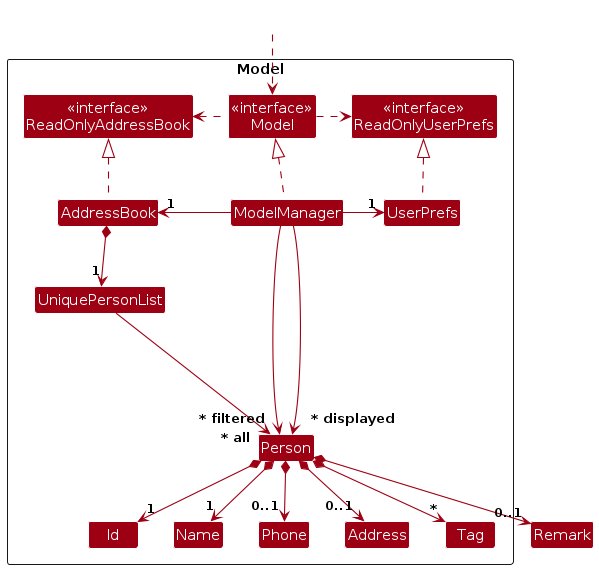
microaugust/tp keeps this PlantUML diagram as docs/images/ModelClassDiagram.png. Above is the earlier version.
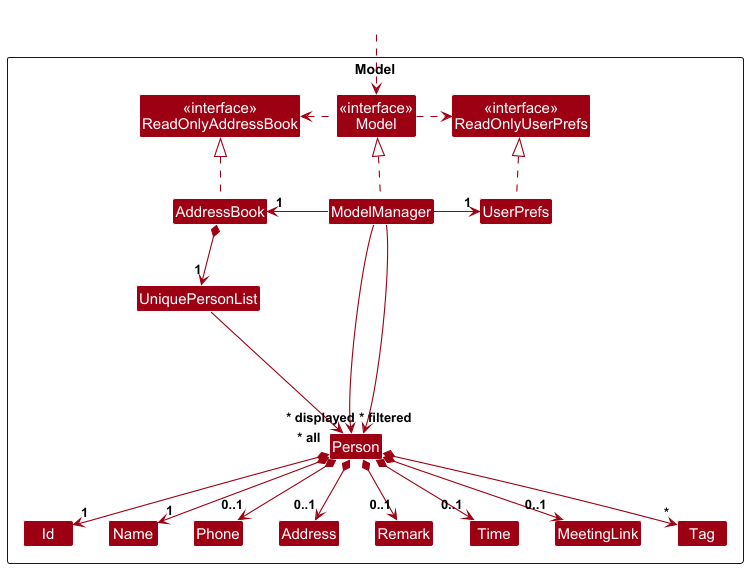
The same file after the commit.

Diff of the diagram source:
```diff
@@ -15,9 +15,12 @@
 Class UniquePersonList
 Class Person
 Class Id
-Class Address
 Class Name
 Class Phone
+Class Address
+Class Remark
+Class Time
+Class MeetingLink
 Class Tag
 
 Class I #FFFFFF
@@ -41,8 +44,10 @@
 Person *--> "1" Name
 Person *--> "0..1" Phone
 Person *--> "0..1" Address
+Person *--> "0..1" Remark
+Person *--> "0..1" Time
+Person *--> "0..1" MeetingLink
 Person *--> "*" Tag
-Person *--> "0..1" Remark
 
 Person -[hidden]up--> I
 UniquePersonList -[hidden]right-> I
@@ -50,8 +55,10 @@
 Id -[hidden]right-> Name
 Name -[hidden]right-> Phone
 Phone -[hidden]right-> Address
-Address -[hidden]right-> Tag
-Tag -[hidden]right-> Remark
+Address -[hidden]right-> Remark
+Remark -[hidden]right-> Time
+Time -[hidden]right-> MeetingLink
+MeetingLink -[hidden]right-> Tag
 
 ModelManager --> "~* filtered" Person
 ModelManager --> "~* displayed" Person
```
